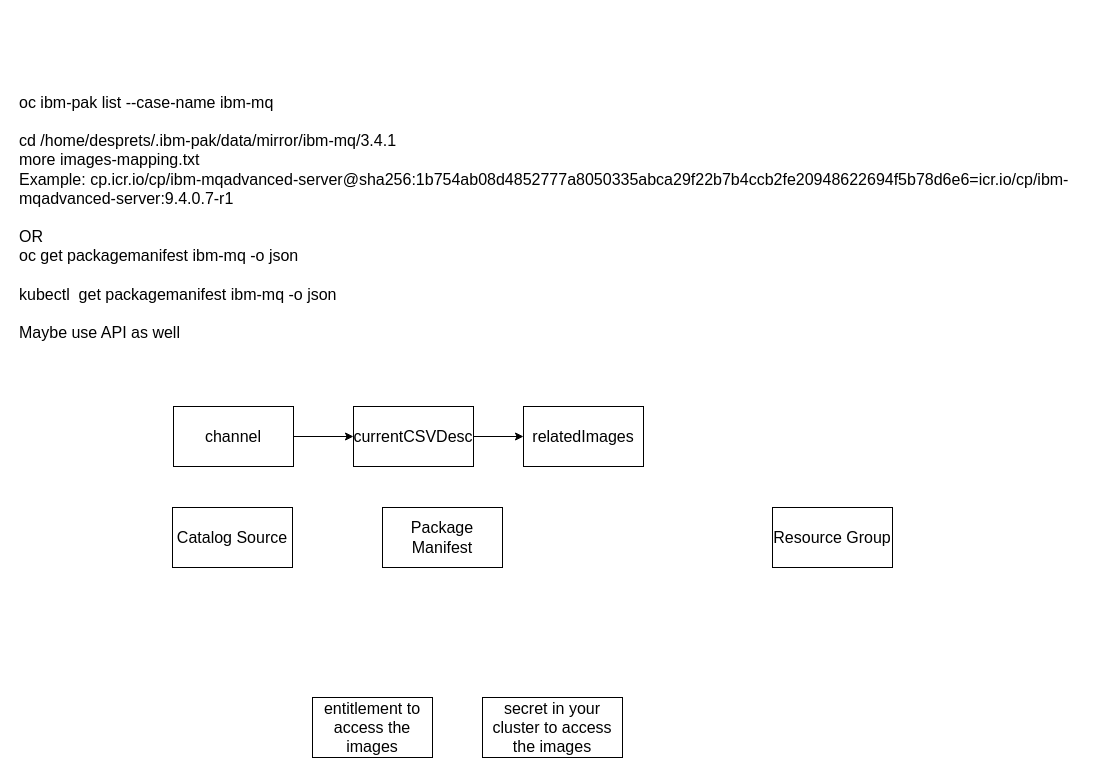
Before: page "Images" (10 of 13) of doc/design.drawio in ADesprets/cp4i-install, a draw.io diagram. Source tidied: cells renumbered, new cells numbered last; positions are measured from the earlier drawing's top-left corner, leaving out a move shared by most shapes. Both pictures are drawn from the tidied source at 100%, with x=0, y=0 at pixel (17, 117).
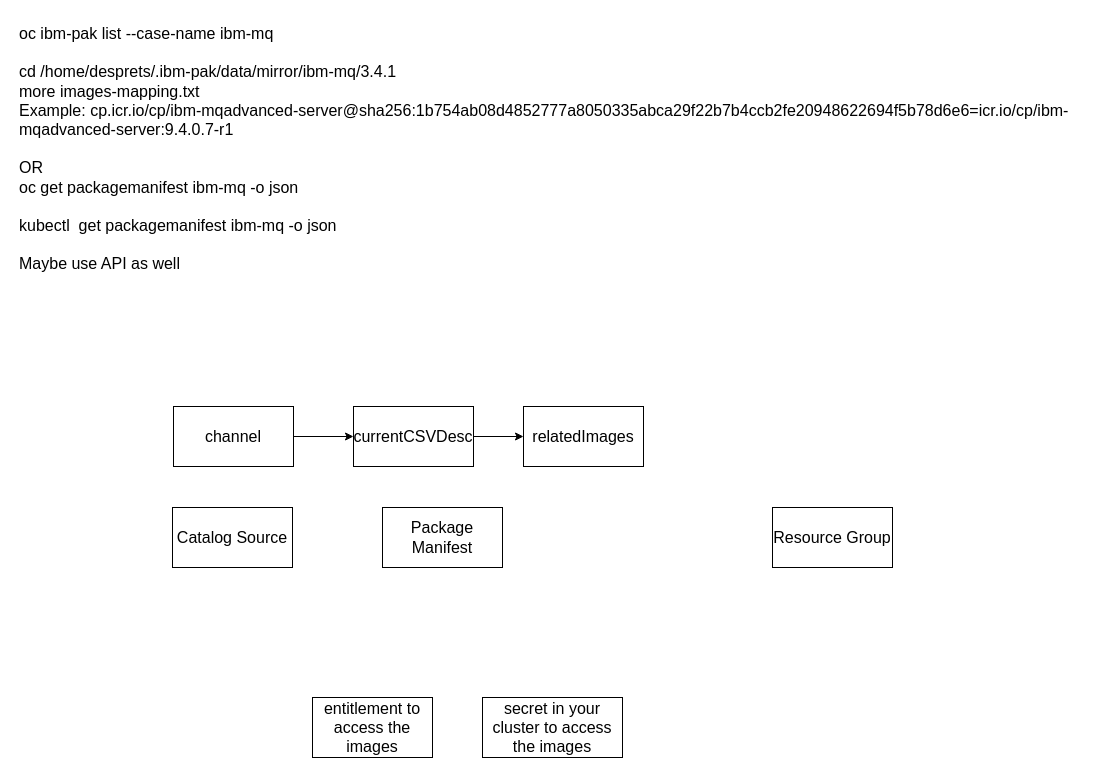
The same page after the edit.

The edit, as a diff of the source:
```diff
@@
 <mxGraphModel>
   <root>
     <mxCell id="0" />
     <mxCell id="1" parent="0" />
     <mxCell id="2" style="edgeStyle=orthogonalEdgeStyle;rounded=0;jettySize=auto;html=1;entryX=0;entryY=0.5;entryDx=0;entryDy=0;fontSize=16;" parent="1" edge="1" source="3" target="5">
       <mxGeometry relative="1" as="geometry" />
     </mxCell>
     <mxCell id="3" value="channel" style="rounded=0;whiteSpace=wrap;html=1;fontSize=16;" parent="1" vertex="1">
       <mxGeometry x="156" y="289" width="120" height="60" as="geometry" />
     </mxCell>
     <mxCell id="4" style="edgeStyle=orthogonalEdgeStyle;rounded=0;jettySize=auto;html=1;fontSize=16;" parent="1" edge="1" source="5" target="6">
       <mxGeometry relative="1" as="geometry" />
     </mxCell>
     <mxCell id="5" value="currentCSVDesc" style="rounded=0;whiteSpace=wrap;html=1;fontSize=16;" parent="1" vertex="1">
       <mxGeometry x="336" y="289" width="120" height="60" as="geometry" />
     </mxCell>
     <mxCell id="6" value="relatedImages" style="rounded=0;whiteSpace=wrap;html=1;fontSize=16;" parent="1" vertex="1">
       <mxGeometry x="506" y="289" width="120" height="60" as="geometry" />
     </mxCell>
-    <mxCell id="7" value="oc ibm-pak list --case-name ibm-mq&lt;br&gt;&lt;br&gt;cd /home/desprets/.ibm-pak/data/mirror/ibm-mq/3.4.1&lt;br&gt;more images-mapping.txt&lt;div&gt;Example:&amp;nbsp;&lt;span style=&quot;background-color: transparent;&quot;&gt;cp.icr.io/cp/ibm-mqadvanced-server@sha256:1b754ab08d4852777a8050335abca29f22b7b4ccb2fe20948622694f5b78d6e6=icr.io/cp/ibm-mqadvanced-server:9.4.0.7-r1&lt;/span&gt;&lt;/div&gt;&lt;div&gt;&lt;br&gt;OR&lt;br&gt;oc get packagemanifest ibm-mq -o json&lt;div&gt;&lt;br&gt;&lt;div&gt;kubectl&amp;nbsp;&amp;nbsp;&lt;span style=&quot;background-color: transparent; color: light-dark(rgb(0, 0, 0), rgb(255, 255, 255));&quot;&gt;get packagemanifest ibm-mq -o json&lt;/span&gt;&lt;/div&gt;&lt;div&gt;&lt;span style=&quot;background-color: transparent; color: light-dark(rgb(0, 0, 0), rgb(255, 255, 255));&quot;&gt;&lt;br&gt;&lt;/span&gt;&lt;/div&gt;&lt;div&gt;&lt;span style=&quot;background-color: transparent; color: light-dark(rgb(0, 0, 0), rgb(255, 255, 255));&quot;&gt;Maybe use API as well&lt;/span&gt;&lt;/div&gt;&lt;/div&gt;&lt;/div&gt;" style="text;html=1;align=left;verticalAlign=middle;whiteSpace=wrap;rounded=0;fontSize=16;" parent="1" vertex="1">
-      <mxGeometry width="1070" height="200" as="geometry" />
+    <mxCell id="7" value="oc ibm-pak list --case-name ibm-mq&lt;br&gt;&lt;br&gt;cd /home/desprets/.ibm-pak/data/mirror/ibm-mq/3.4.1&lt;br&gt;more images-mapping.txt&lt;div&gt;Example:&amp;nbsp;&lt;span style=&quot;background-color: transparent;&quot;&gt;cp.icr.io/cp/ibm-mqadvanced-server@sha256:1b754ab08d4852777a8050335abca29f22b7b4ccb2fe20948622694f5b78d6e6=icr.io/cp/ibm-mqadvanced-server:9.4.0.7-r1&lt;/span&gt;&lt;/div&gt;&lt;div&gt;&lt;br&gt;OR&lt;br&gt;oc get packagemanifest ibm-mq -o json&lt;div&gt;&lt;br&gt;&lt;div&gt;kubectl&amp;nbsp;&amp;nbsp;&lt;span style=&quot;background-color: transparent; color: light-dark(rgb(0, 0, 0), rgb(255, 255, 255));&quot;&gt;get packagemanifest ibm-mq -o json&lt;/span&gt;&lt;/div&gt;&lt;div&gt;&lt;span style=&quot;background-color: transparent; color: light-dark(rgb(0, 0, 0), rgb(255, 255, 255));&quot;&gt;&lt;br&gt;&lt;/span&gt;&lt;/div&gt;&lt;div&gt;&lt;span style=&quot;background-color: transparent; color: light-dark(rgb(0, 0, 0), rgb(255, 255, 255));&quot;&gt;Maybe use API as well&lt;/span&gt;&lt;/div&gt;&lt;/div&gt;&lt;/div&gt;" style="text;html=1;align=left;verticalAlign=top;whiteSpace=wrap;rounded=0;fontSize=16;" parent="1" vertex="1">
+      <mxGeometry y="-100" width="1070" height="300" as="geometry" />
     </mxCell>
     <mxCell id="8" value="entitlement to access the images" style="rounded=0;whiteSpace=wrap;html=1;fontSize=16;" parent="1" vertex="1">
       <mxGeometry x="295" y="580" width="120" height="60" as="geometry" />
     </mxCell>
     <mxCell id="9" value="secret in your cluster to access the images" style="rounded=0;whiteSpace=wrap;html=1;fontSize=16;" parent="1" vertex="1">
       <mxGeometry x="465" y="580" width="140" height="60" as="geometry" />
     </mxCell>
     <mxCell id="10" value="Catalog Source" style="rounded=0;whiteSpace=wrap;html=1;fontSize=16;" parent="1" vertex="1">
       <mxGeometry x="155" y="390" width="120" height="60" as="geometry" />
     </mxCell>
     <mxCell id="11" value="Package Manifest" style="rounded=0;whiteSpace=wrap;html=1;fontSize=16;" parent="1" vertex="1">
       <mxGeometry x="365" y="390" width="120" height="60" as="geometry" />
     </mxCell>
     <mxCell id="12" value="Resource Group" style="rounded=0;whiteSpace=wrap;html=1;fontSize=16;" parent="1" vertex="1">
       <mxGeometry x="755" y="390" width="120" height="60" as="geometry" />
     </mxCell>
   </root>
 </mxGraphModel>
```
